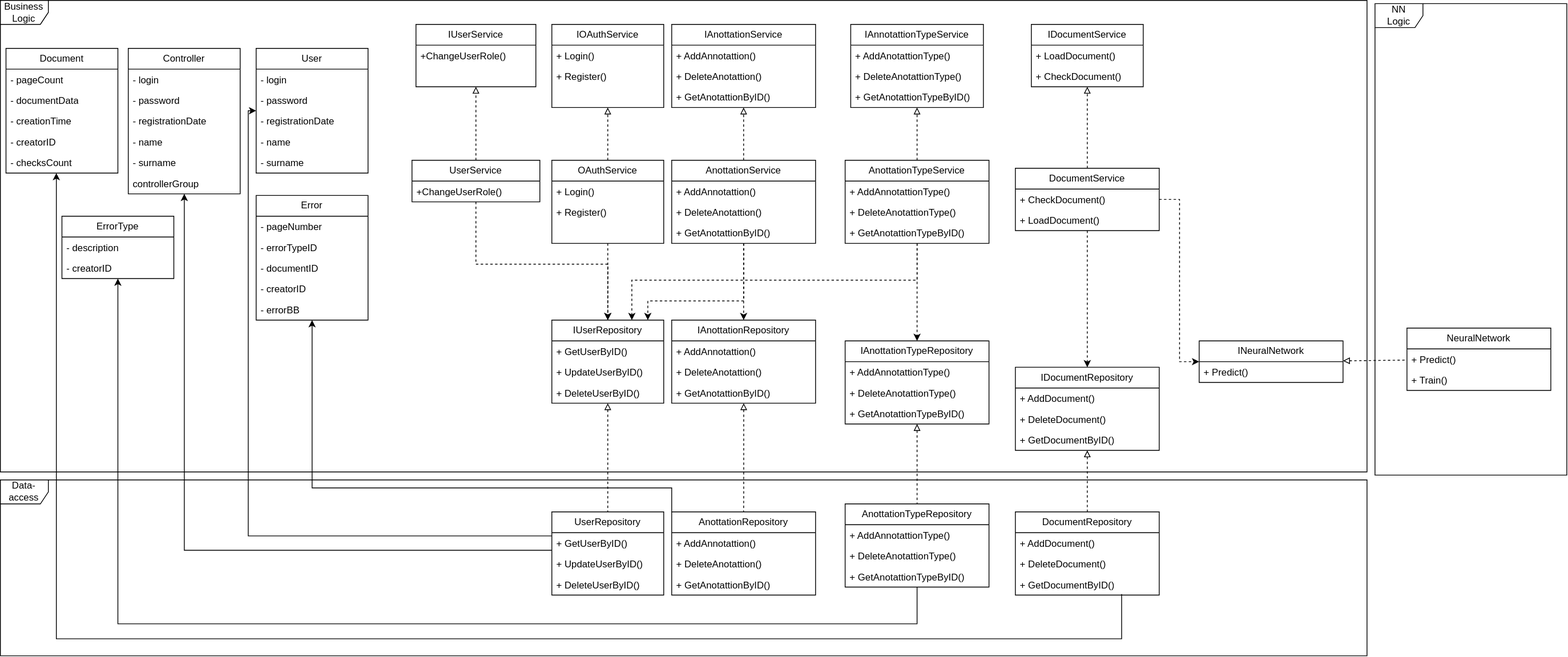
The draw.io diagram imgs/class_diag.svg in needsomesleeptd/PPO, before a commit. Source tidied: cells renumbered, new cells last; positions are measured from the earlier drawing's top-left corner, leaving out a move shared by most shapes.
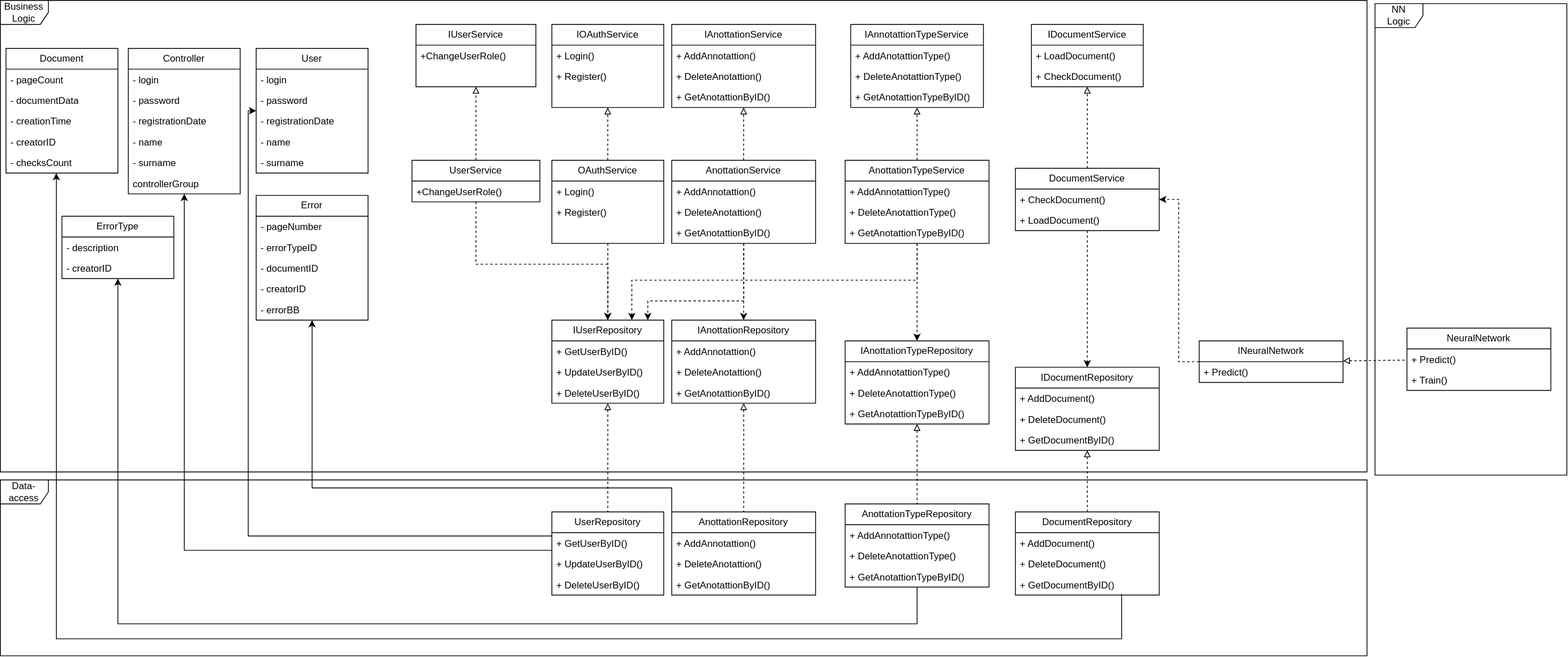
Later version of the same file.

Commit message:
like that?

What changed in the source:
```diff
@@ -179,7 +179,7 @@
     <mxCell id="60" style="endArrow=classic;html=1;rounded=0;dashed=1;edgeStyle=orthogonalEdgeStyle;entryX=0.5;entryY=0;entryDx=0;entryDy=0;" parent="1" edge="1" source="47" target="56">
       <mxGeometry relative="1" as="geometry" />
     </mxCell>
-    <mxCell id="61" style="endArrow=classic;html=1;rounded=0;dashed=1;endFill=1;startArrow=none;startFill=0;edgeStyle=elbowEdgeStyle;" parent="1" edge="1" source="47" target="51">
+    <mxCell id="61" style="endArrow=classic;html=1;rounded=0;dashed=1;endFill=1;startArrow=none;startFill=0;edgeStyle=elbowEdgeStyle;" parent="1" edge="1" source="51" target="47">
       <mxGeometry relative="1" as="geometry" />
     </mxCell>
     <mxCell id="62" value="NN&lt;br&gt;Logic" style="shape=umlFrame;whiteSpace=wrap;html=1;" parent="1" vertex="1">
```
